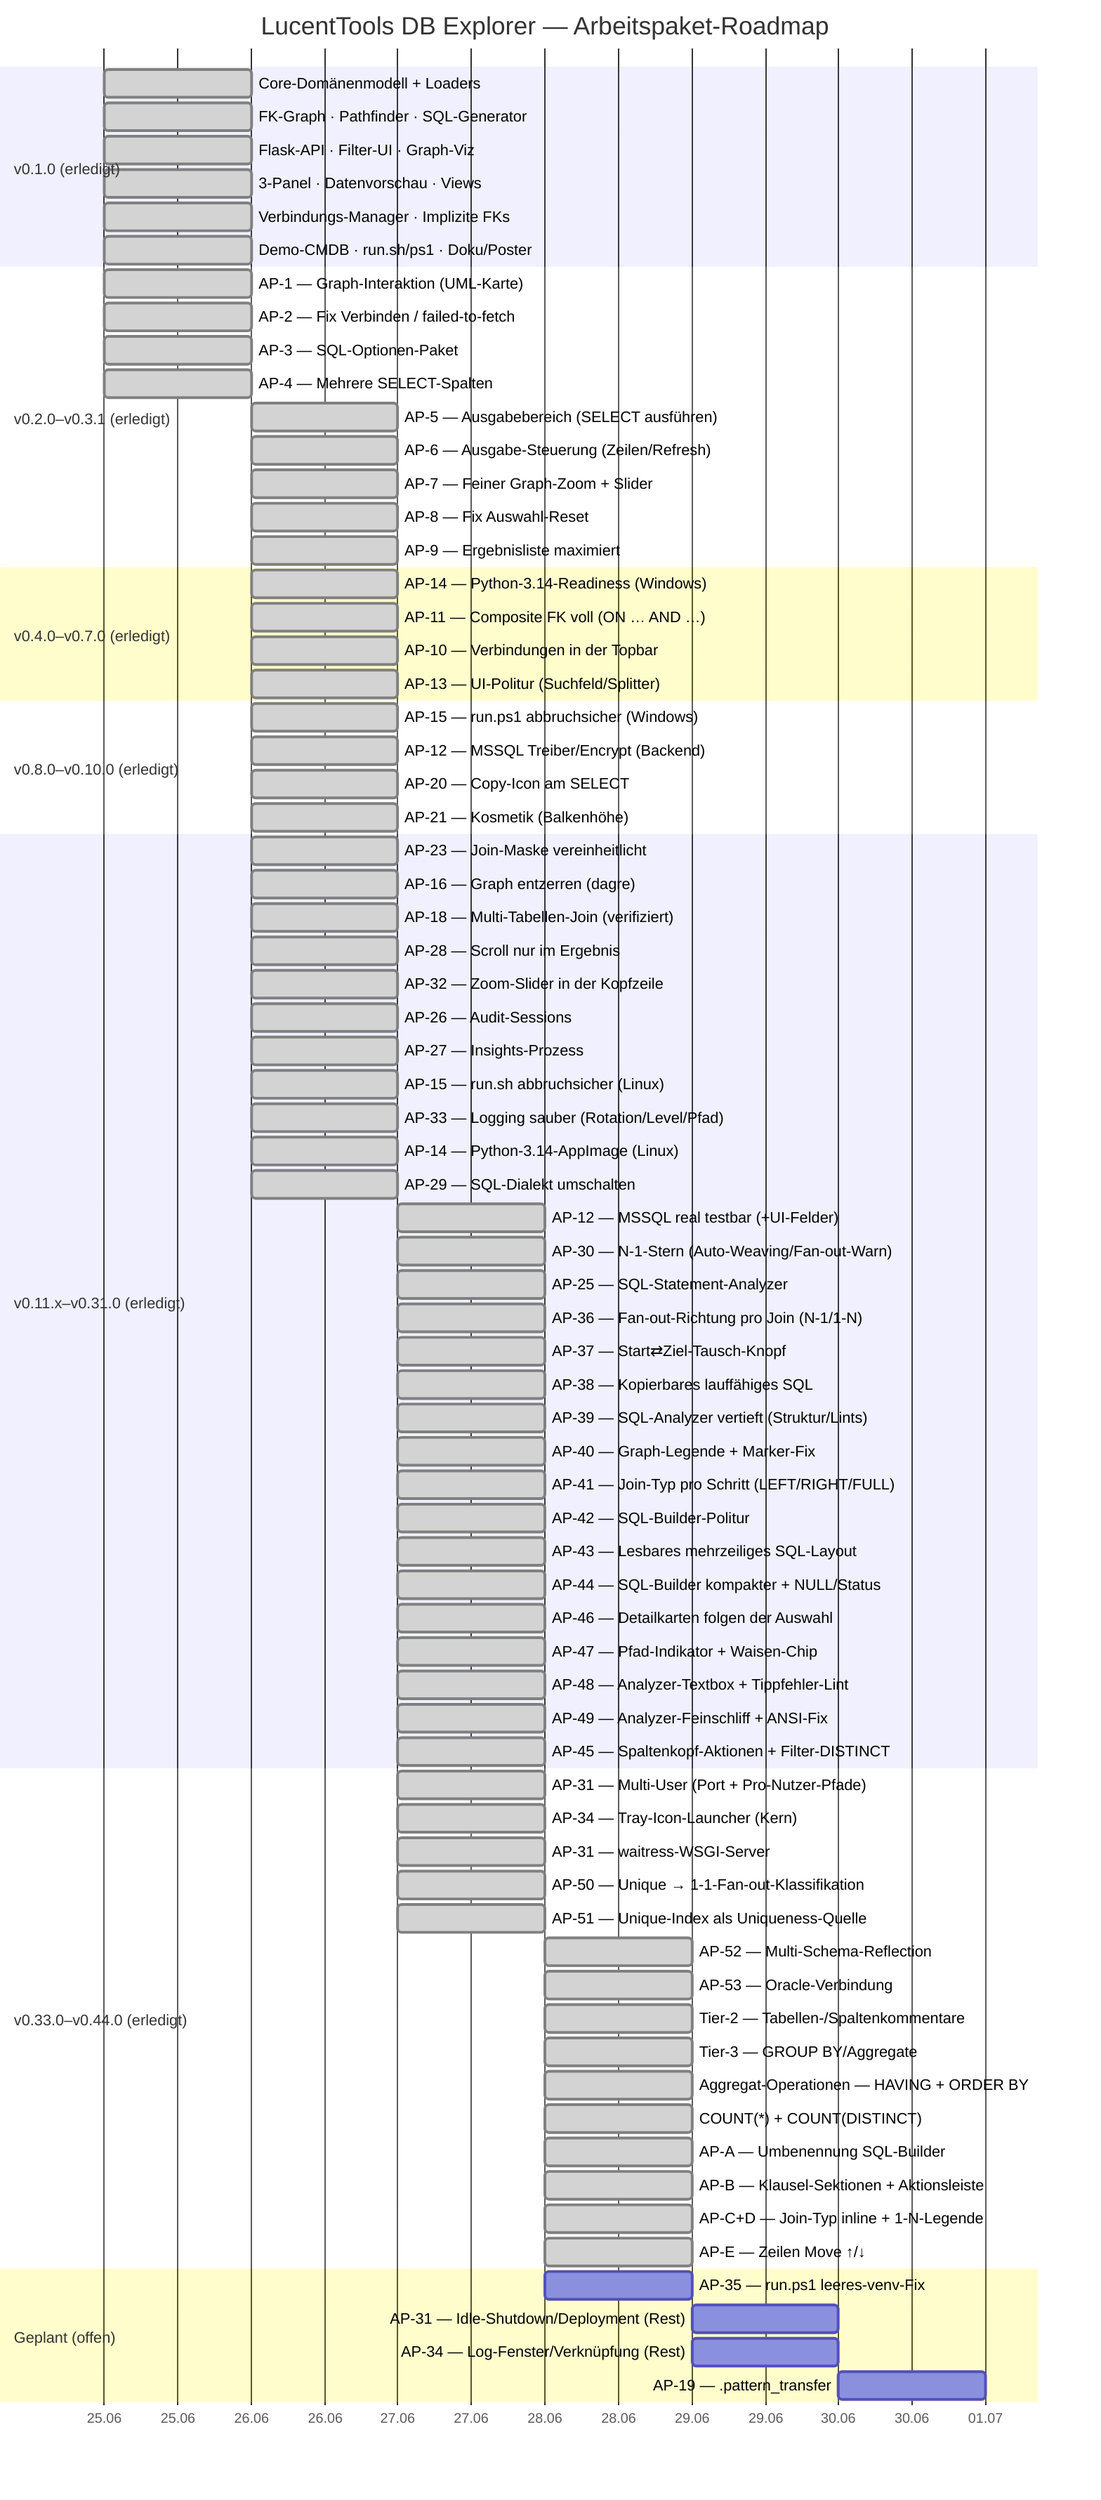
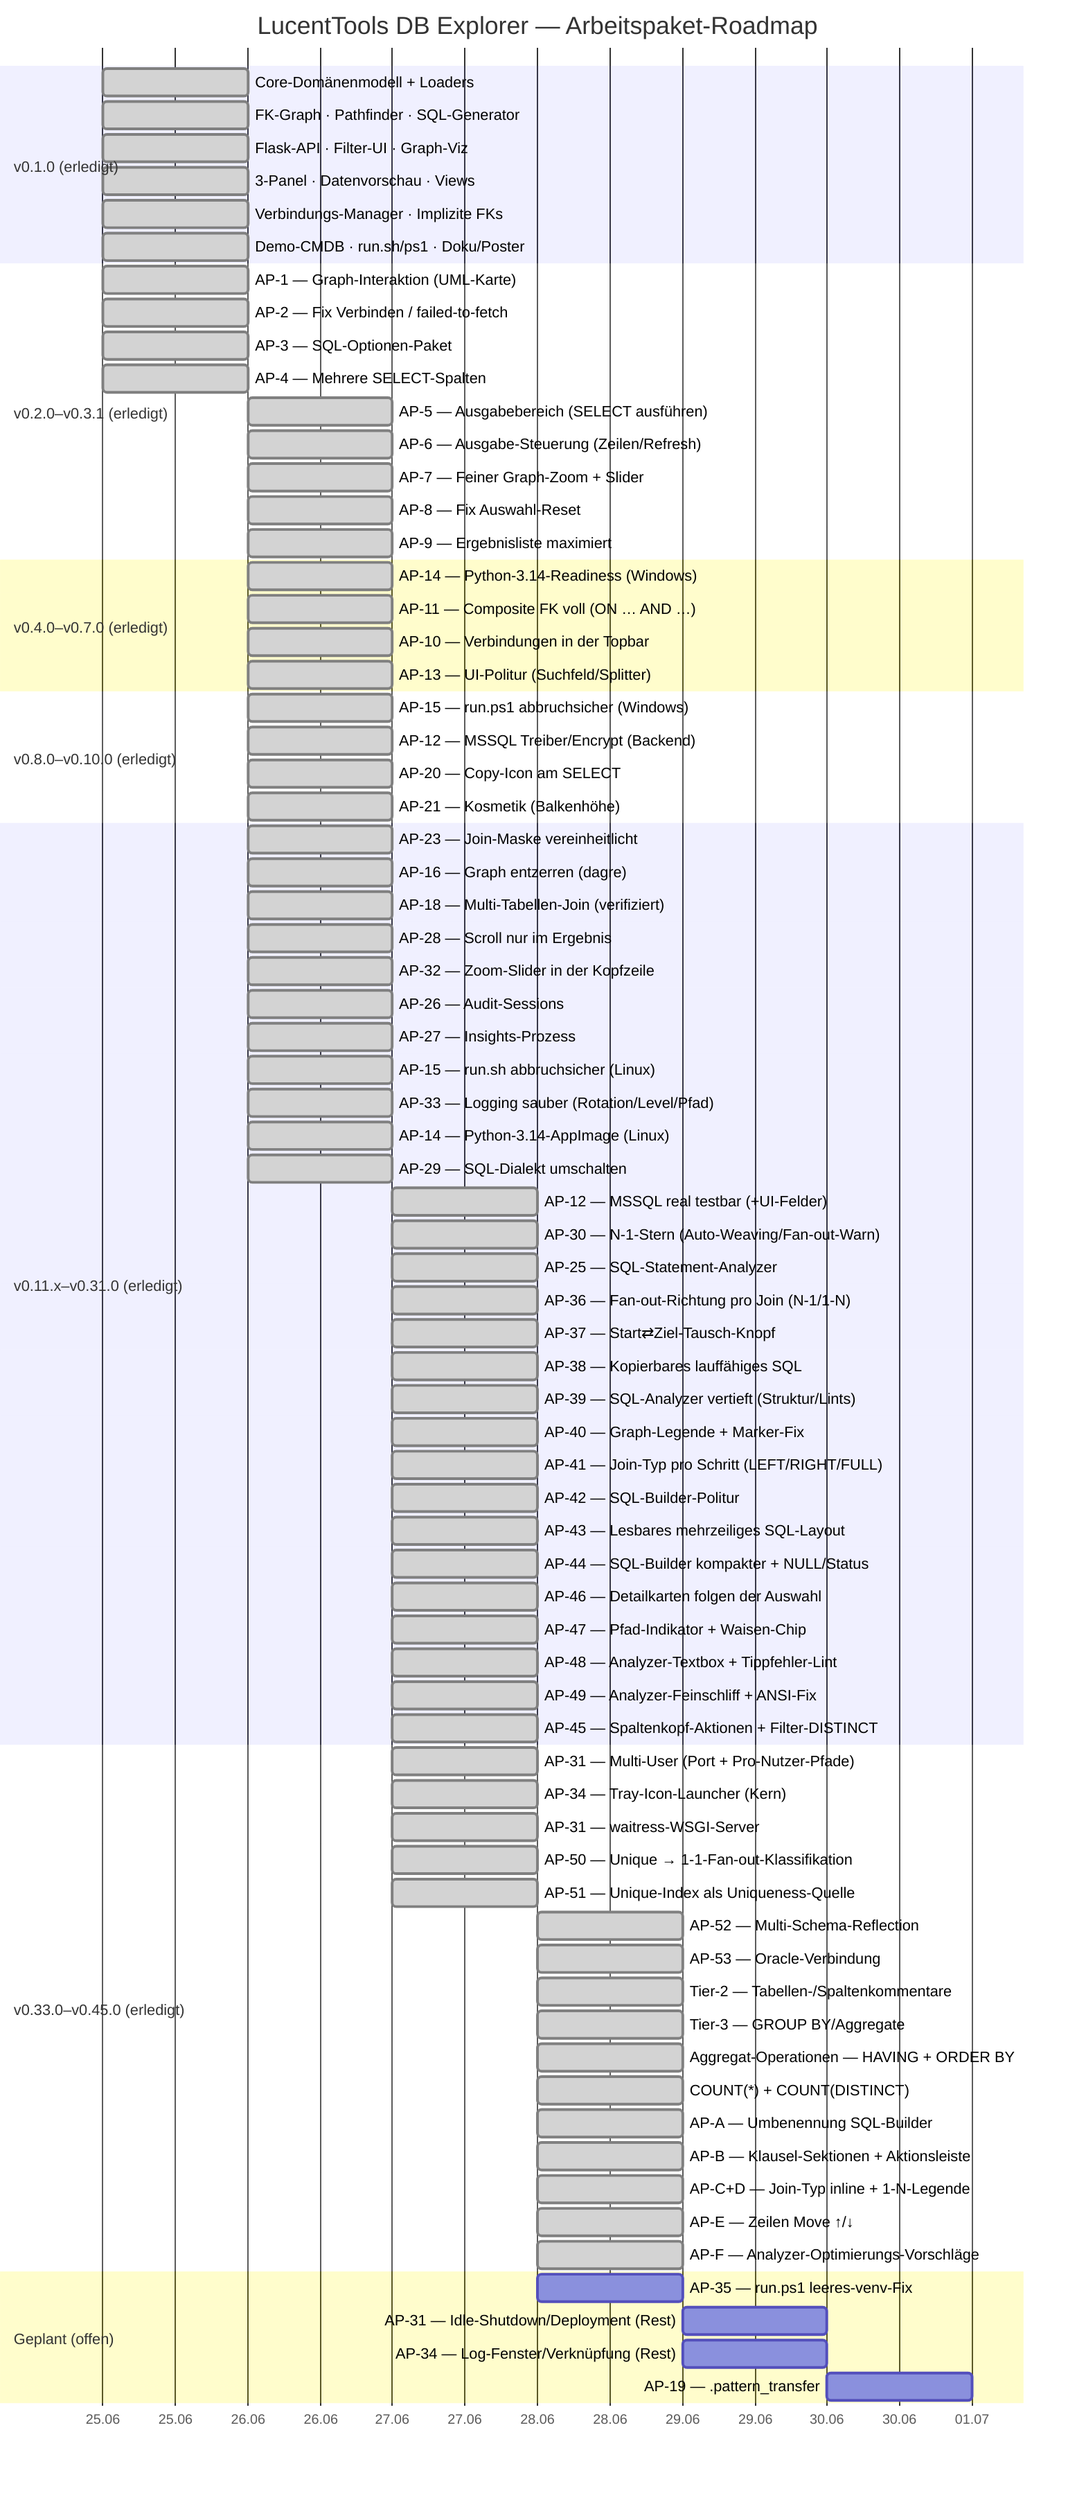
gantt
    title LucentTools DB Explorer — Arbeitspaket-Roadmap
    dateFormat  YYYY-MM-DD
    axisFormat  %d.%m

    section v0.1.0 (erledigt)
    Core-Domänenmodell + Loaders          :done, d1, 2026-06-25, 1d
    FK-Graph · Pathfinder · SQL-Generator :done, d2, 2026-06-25, 1d
    Flask-API · Filter-UI · Graph-Viz     :done, d3, 2026-06-25, 1d
    3-Panel · Datenvorschau · Views       :done, d4, 2026-06-25, 1d
    Verbindungs-Manager · Implizite FKs   :done, d5, 2026-06-25, 1d
    Demo-CMDB · run.sh/ps1 · Doku/Poster  :done, d6, 2026-06-25, 1d

    section v0.2.0–v0.3.1 (erledigt)
    AP-1 — Graph-Interaktion (UML-Karte)        :done, a1, 2026-06-25, 1d
    AP-2 — Fix Verbinden / failed-to-fetch      :done, a2, 2026-06-25, 1d
    AP-3 — SQL-Optionen-Paket                   :done, a3, 2026-06-25, 1d
    AP-4 — Mehrere SELECT-Spalten               :done, a4, 2026-06-25, 1d
    AP-5 — Ausgabebereich (SELECT ausführen)    :done, a5, 2026-06-26, 1d
    AP-6 — Ausgabe-Steuerung (Zeilen/Refresh)   :done, a6, 2026-06-26, 1d
    AP-7 — Feiner Graph-Zoom + Slider           :done, a7, 2026-06-26, 1d
    AP-8 — Fix Auswahl-Reset                    :done, a8, 2026-06-26, 1d
    AP-9 — Ergebnisliste maximiert              :done, a9, 2026-06-26, 1d

    section v0.4.0–v0.7.0 (erledigt)
    AP-14 — Python-3.14-Readiness (Windows)     :done, b1, 2026-06-26, 1d
    AP-11 — Composite FK voll (ON … AND …)      :done, b2, 2026-06-26, 1d
    AP-10 — Verbindungen in der Topbar          :done, b3, 2026-06-26, 1d
    AP-13 — UI-Politur (Suchfeld/Splitter)      :done, b4, 2026-06-26, 1d

    section v0.8.0–v0.10.0 (erledigt)
    AP-15 — run.ps1 abbruchsicher (Windows)     :done, c1, 2026-06-26, 1d
    AP-12 — MSSQL Treiber/Encrypt (Backend)     :done, c2, 2026-06-26, 1d
    AP-20 — Copy-Icon am SELECT                 :done, c3, 2026-06-26, 1d
    AP-21 — Kosmetik (Balkenhöhe)               :done, c4, 2026-06-26, 1d

    section v0.11.x–v0.31.0 (erledigt)
    AP-23 — Join-Maske vereinheitlicht          :done, e1, 2026-06-26, 1d
    AP-16 — Graph entzerren (dagre)             :done, e2, 2026-06-26, 1d
    AP-18 — Multi-Tabellen-Join (verifiziert)   :done, e3, 2026-06-26, 1d
    AP-28 — Scroll nur im Ergebnis              :done, e4, 2026-06-26, 1d
    AP-32 — Zoom-Slider in der Kopfzeile        :done, e5, 2026-06-26, 1d
    AP-26 — Audit-Sessions                      :done, e6, 2026-06-26, 1d
    AP-27 — Insights-Prozess                    :done, e7, 2026-06-26, 1d
    AP-15 — run.sh abbruchsicher (Linux)        :done, e8, 2026-06-26, 1d
    AP-33 — Logging sauber (Rotation/Level/Pfad) :done, e9, 2026-06-26, 1d
    AP-14 — Python-3.14-AppImage (Linux)         :done, e10, 2026-06-26, 1d
    AP-29 — SQL-Dialekt umschalten               :done, e11, 2026-06-26, 1d
    AP-12 — MSSQL real testbar (+UI-Felder)      :done, e12, 2026-06-27, 1d
    AP-30 — N-1-Stern (Auto-Weaving/Fan-out-Warn) :done, e13, 2026-06-27, 1d
    AP-25 — SQL-Statement-Analyzer               :done, e14, 2026-06-27, 1d
    AP-36 — Fan-out-Richtung pro Join (N-1/1-N)  :done, e15, 2026-06-27, 1d
    AP-37 — Start⇄Ziel-Tausch-Knopf              :done, e16, 2026-06-27, 1d
    AP-38 — Kopierbares lauffähiges SQL          :done, e17, 2026-06-27, 1d
    AP-39 — SQL-Analyzer vertieft (Struktur/Lints) :done, e18, 2026-06-27, 1d
    AP-40 — Graph-Legende + Marker-Fix           :done, e19, 2026-06-27, 1d
    AP-41 — Join-Typ pro Schritt (LEFT/RIGHT/FULL) :done, e20, 2026-06-27, 1d
    AP-42 — SQL-Builder-Politur                 :done, e21, 2026-06-27, 1d
    AP-43 — Lesbares mehrzeiliges SQL-Layout      :done, e22, 2026-06-27, 1d
    AP-44 — SQL-Builder kompakter + NULL/Status :done, e23, 2026-06-27, 1d
    AP-46 — Detailkarten folgen der Auswahl       :done, e24, 2026-06-27, 1d
    AP-47 — Pfad-Indikator + Waisen-Chip         :done, e25, 2026-06-27, 1d
    AP-48 — Analyzer-Textbox + Tippfehler-Lint   :done, e26, 2026-06-27, 1d
    AP-49 — Analyzer-Feinschliff + ANSI-Fix       :done, e27, 2026-06-27, 1d
    AP-45 — Spaltenkopf-Aktionen + Filter-DISTINCT :done, e28, 2026-06-27, 1d

-     section v0.33.0–v0.44.0 (erledigt)
+     section v0.33.0–v0.45.0 (erledigt)
    AP-31 — Multi-User (Port + Pro-Nutzer-Pfade) :done, f1, 2026-06-27, 1d
    AP-34 — Tray-Icon-Launcher (Kern)            :done, f2, 2026-06-27, 1d
    AP-31 — waitress-WSGI-Server                 :done, f3, 2026-06-27, 1d
    AP-50 — Unique → 1-1-Fan-out-Klassifikation  :done, f4, 2026-06-27, 1d
    AP-51 — Unique-Index als Uniqueness-Quelle   :done, f5, 2026-06-27, 1d
    AP-52 — Multi-Schema-Reflection              :done, f6, 2026-06-28, 1d
    AP-53 — Oracle-Verbindung                    :done, f7, 2026-06-28, 1d
    Tier-2 — Tabellen-/Spaltenkommentare         :done, f8, 2026-06-28, 1d
    Tier-3 — GROUP BY/Aggregate                  :done, f9, 2026-06-28, 1d
    Aggregat-Operationen — HAVING + ORDER BY     :done, f10, 2026-06-28, 1d
    COUNT(*) + COUNT(DISTINCT)                   :done, f11, 2026-06-28, 1d
    AP-A — Umbenennung SQL-Builder               :done, f12, 2026-06-28, 1d
    AP-B — Klausel-Sektionen + Aktionsleiste     :done, f13, 2026-06-28, 1d
    AP-C+D — Join-Typ inline + 1-N-Legende       :done, f14, 2026-06-28, 1d
    AP-E — Zeilen Move ↑/↓                        :done, f15, 2026-06-28, 1d
+     AP-F — Analyzer-Optimierungs-Vorschläge      :done, f16, 2026-06-28, 1d

    section Geplant (offen)
    AP-35 — run.ps1 leeres-venv-Fix             :p3, 2026-06-28, 1d
    AP-31 — Idle-Shutdown/Deployment (Rest)     :p5, 2026-06-29, 1d
    AP-34 — Log-Fenster/Verknüpfung (Rest)      :p6, 2026-06-29, 1d
    AP-19 — .pattern_transfer                   :p11, 2026-06-30, 1d
